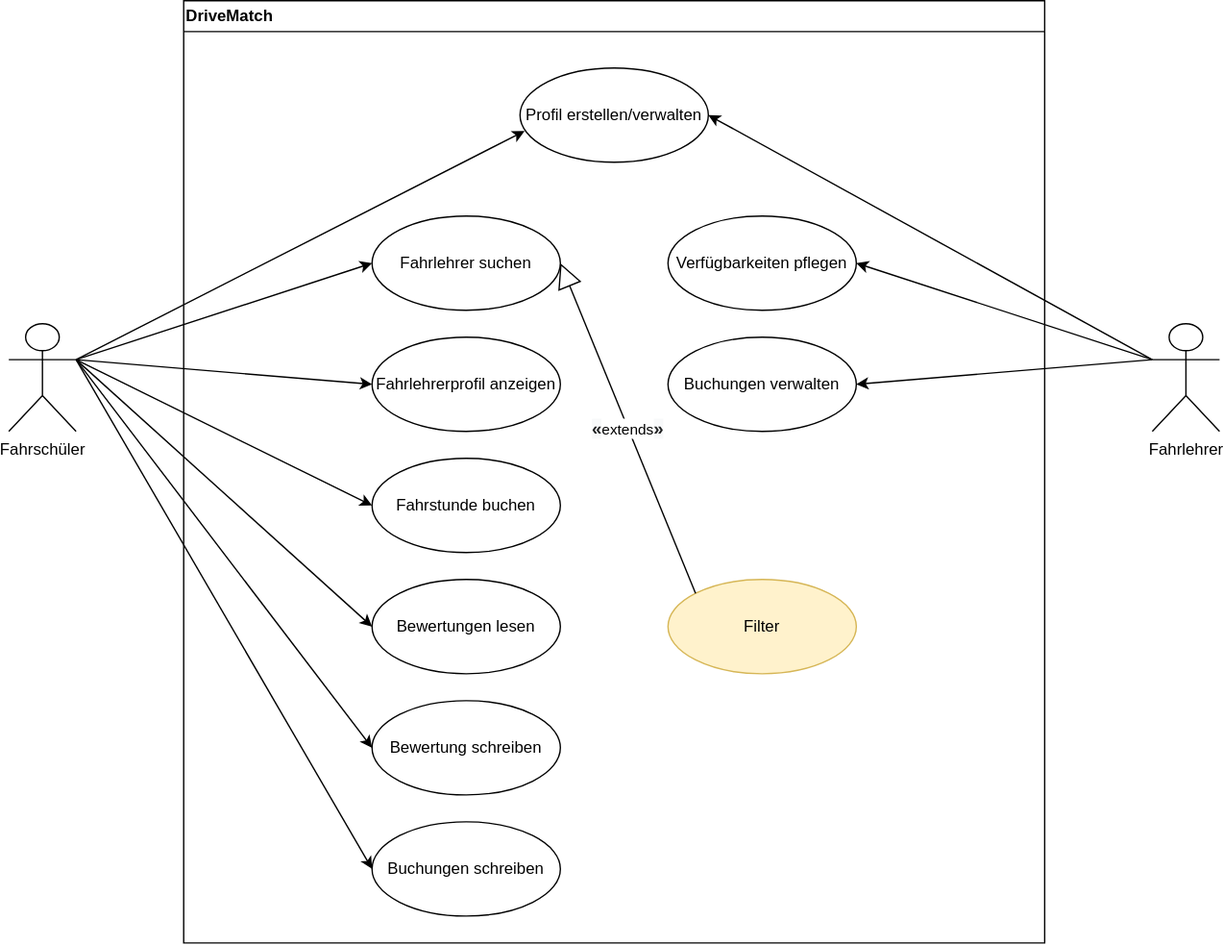
The draw.io diagram doc/figures/use-case-diagram.drawio.svg in ljodzavsr/Software-Engineering-Semesterprojekt-DriveMatch, before a commit. Source tidied: cells renumbered, new cells last; positions are measured from the earlier drawing's top-left corner, leaving out a move shared by most shapes.
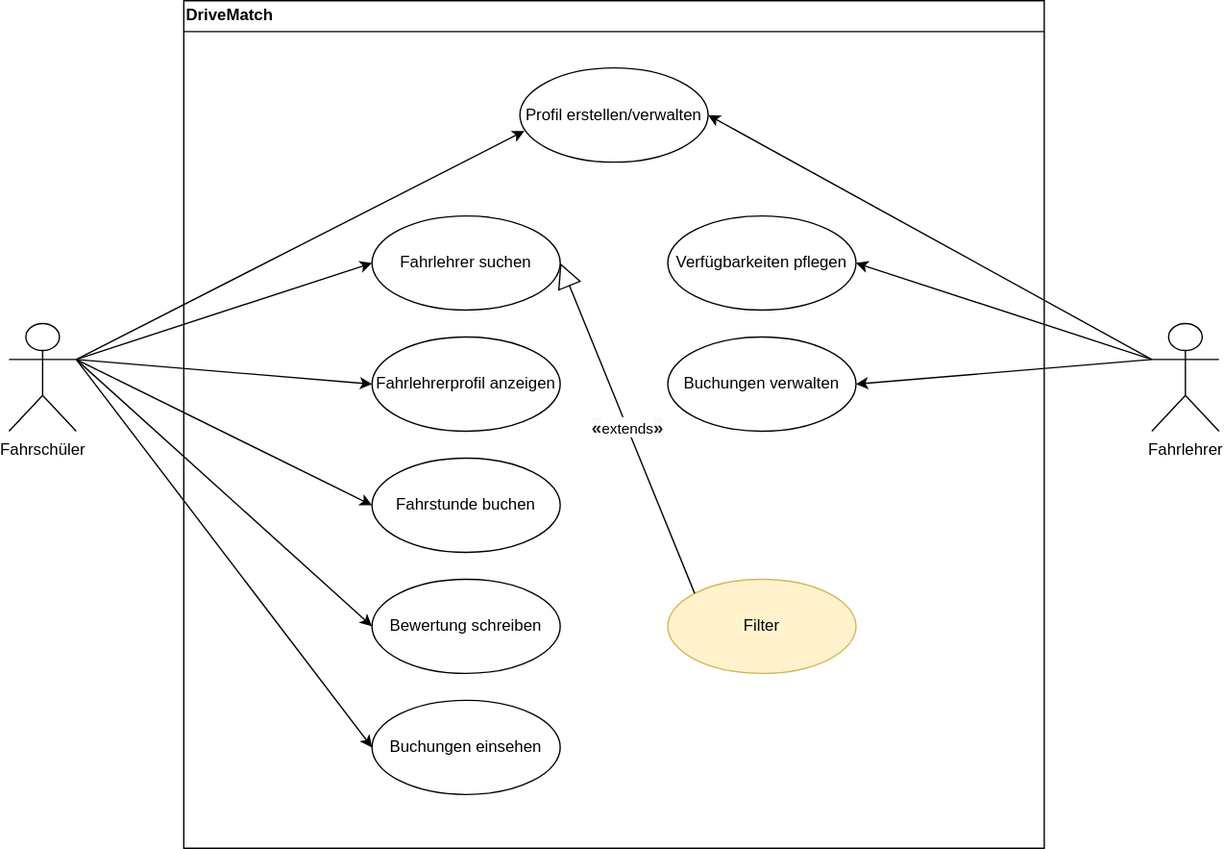
The same file after the commit.

Commit message:
Adaption Requirements Documentation

What changed in the source:
```diff
@@ -6,7 +6,7 @@
       <mxGeometry x="850" y="240" width="50" height="80" as="geometry" />
     </mxCell>
     <mxCell id="3" value="DriveMatch" style="swimlane;whiteSpace=wrap;html=1;align=left;" parent="1" vertex="1">
-      <mxGeometry x="130" width="640" height="700" as="geometry" />
+      <mxGeometry x="130" width="640" height="630" as="geometry" />
     </mxCell>
     <mxCell id="4" value="Fahrlehrer suchen" style="ellipse;whiteSpace=wrap;html=1;" parent="3" vertex="1">
       <mxGeometry x="140" y="160" width="140" height="70" as="geometry" />
@@ -15,14 +15,11 @@
       <mxGeometry x="140" y="340" width="140" height="70" as="geometry" />
     </mxCell>
     <mxCell id="6" value="Bewertung schreiben" style="ellipse;whiteSpace=wrap;html=1;" parent="3" vertex="1">
-      <mxGeometry x="140" y="520" width="140" height="70" as="geometry" />
+      <mxGeometry x="140" y="430" width="140" height="70" as="geometry" />
     </mxCell>
     <mxCell id="7" value="Fahrlehrerprofil anzeigen" style="ellipse;whiteSpace=wrap;html=1;" parent="3" vertex="1">
       <mxGeometry x="140" y="250" width="140" height="70" as="geometry" />
     </mxCell>
-    <mxCell id="8" value="Bewertungen lesen" style="ellipse;whiteSpace=wrap;html=1;" parent="3" vertex="1">
-      <mxGeometry x="140" y="430" width="140" height="70" as="geometry" />
-    </mxCell>
     <mxCell id="9" value="Verfügbarkeiten pflegen" style="ellipse;whiteSpace=wrap;html=1;" parent="3" vertex="1">
       <mxGeometry x="360" y="160" width="140" height="70" as="geometry" />
     </mxCell>
@@ -38,8 +35,8 @@
     <mxCell id="13" value="&lt;b style=&quot;color: rgb(32, 33, 34); font-family: sans-serif; font-size: 13.3px; text-align: right; text-wrap: wrap; background-color: rgb(248, 249, 250);&quot;&gt;«&lt;/b&gt;extends&lt;b style=&quot;color: rgb(32, 33, 34); font-family: sans-serif; font-size: 13.3px; text-align: right; text-wrap: wrap; background-color: rgb(248, 249, 250);&quot;&gt;»&lt;/b&gt;" style="endArrow=block;endSize=16;endFill=0;html=1;rounded=0;entryX=1;entryY=0.5;entryDx=0;entryDy=0;exitX=0;exitY=0;exitDx=0;exitDy=0;" parent="3" edge="1" source="12" target="4">
       <mxGeometry relative="1" as="geometry" />
     </mxCell>
-    <mxCell id="14" value="Buchungen schreiben" style="ellipse;whiteSpace=wrap;html=1;" parent="3" vertex="1">
-      <mxGeometry x="140" y="610" width="140" height="70" as="geometry" />
+    <mxCell id="14" value="Buchungen einsehen" style="ellipse;whiteSpace=wrap;html=1;" parent="3" vertex="1">
+      <mxGeometry x="140" y="520" width="140" height="70" as="geometry" />
     </mxCell>
     <mxCell id="15" value="Fahrschüler" style="shape=umlActor;verticalLabelPosition=bottom;verticalAlign=top;html=1;" parent="1" vertex="1">
       <mxGeometry y="240" width="50" height="80" as="geometry" />
@@ -56,9 +53,6 @@
     <mxCell id="19" style="endArrow=classic;html=1;rounded=0;exitX=1;exitY=0.3333333333333333;exitDx=0;exitDy=0;exitPerimeter=0;entryX=0;entryY=0.5;entryDx=0;entryDy=0;" parent="1" edge="1" source="15" target="7">
       <mxGeometry relative="1" as="geometry" />
     </mxCell>
-    <mxCell id="20" style="endArrow=classic;html=1;rounded=0;exitX=1;exitY=0.3333333333333333;exitDx=0;exitDy=0;exitPerimeter=0;entryX=0;entryY=0.5;entryDx=0;entryDy=0;" parent="1" edge="1" source="15" target="8">
-      <mxGeometry relative="1" as="geometry" />
-    </mxCell>
     <mxCell id="21" style="endArrow=classic;html=1;rounded=0;exitX=0;exitY=0.3333333333333333;exitDx=0;exitDy=0;exitPerimeter=0;entryX=1;entryY=0.5;entryDx=0;entryDy=0;" parent="1" edge="1" source="2" target="10">
       <mxGeometry relative="1" as="geometry" />
     </mxCell>
```
